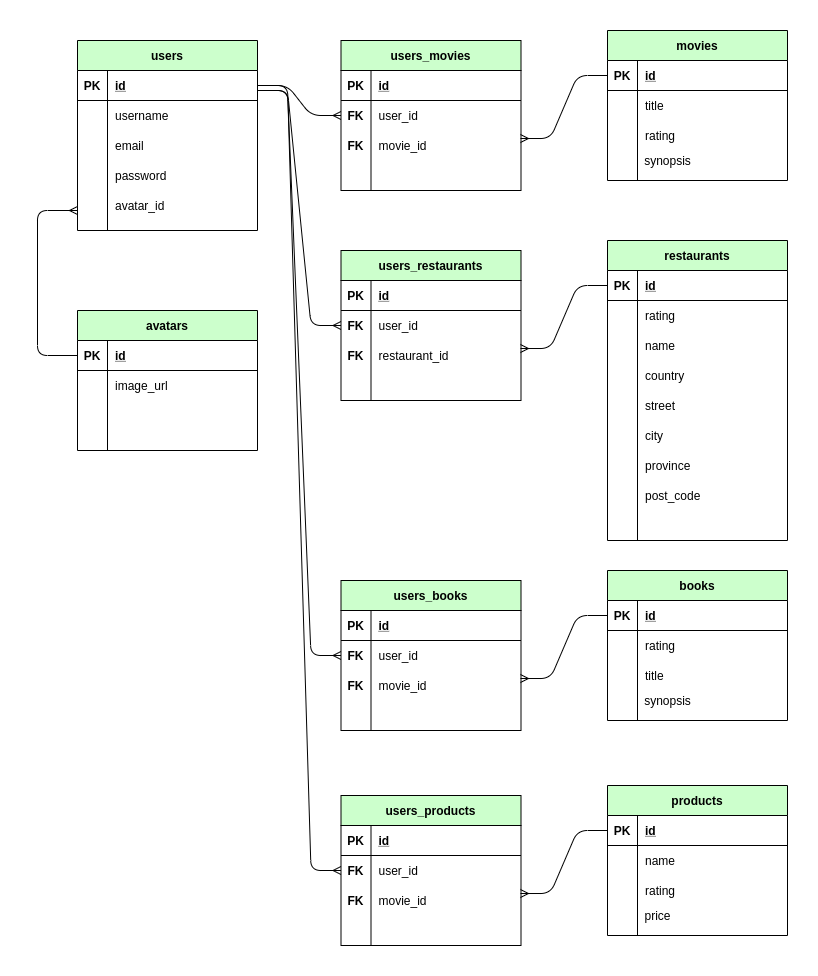
The draw.io diagram ERD.png in schenn1992/smart_TODO_list, before a commit. Source tidied: cells renumbered, new cells last; positions are measured from the earlier drawing's top-left corner, leaving out a move shared by most shapes.
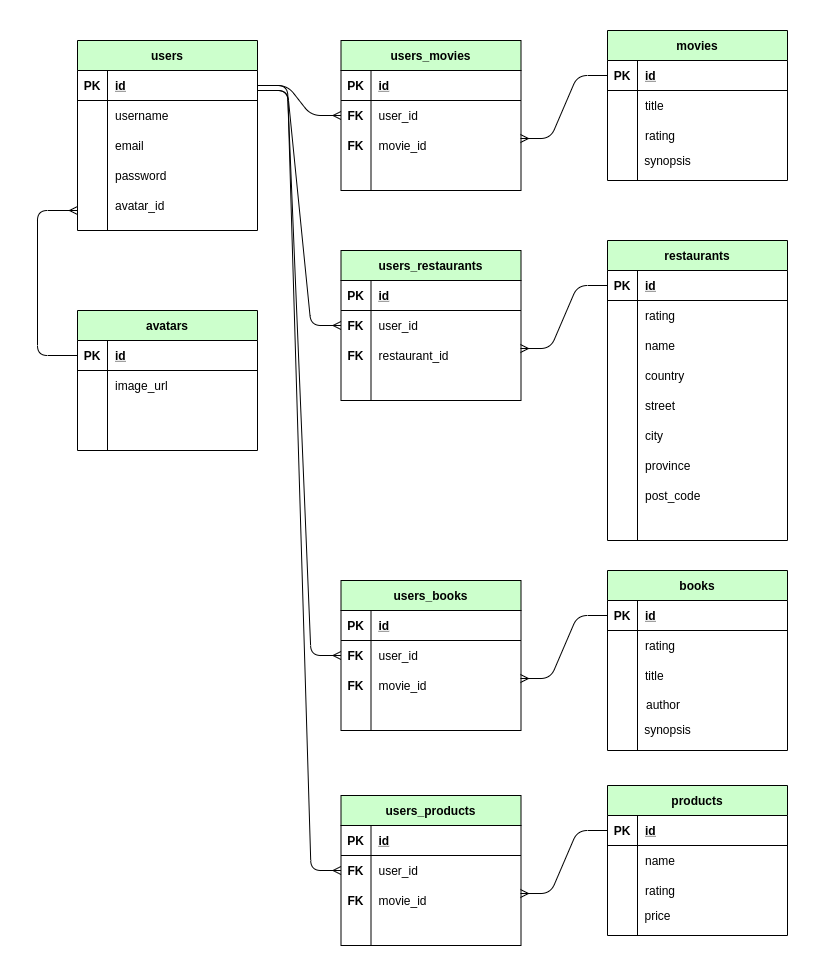
Later version of the same file.

The edit, as a diff of the source:
```diff
@@ -210,7 +210,7 @@
       <mxGeometry relative="1" as="geometry" />
     </mxCell>
     <mxCell id="71" value="books" style="shape=table;startSize=30;rowLines=0;fontStyle=1;align=center;fillColor=#CCFFCC;" parent="1" vertex="1">
-      <mxGeometry x="570" y="540" width="180" height="150" as="geometry" />
+      <mxGeometry x="570" y="540" width="180" height="180" as="geometry" />
     </mxCell>
     <mxCell id="72" style="shape=partialRectangle;fillColor=none;top=0;left=0;bottom=1;right=0;points=[[0,0.5],[1,0.5]];portConstraint=eastwest;" parent="71" vertex="1">
       <mxGeometry y="30" width="180" height="30" as="geometry" />
@@ -249,7 +249,7 @@
       <mxGeometry x="30" width="150" height="30" as="geometry" />
     </mxCell>
     <mxCell id="84" value="synopsis" style="text;html=1;align=center;verticalAlign=middle;" parent="1" vertex="1">
-      <mxGeometry x="600" y="660" width="60" height="20" as="geometry" />
+      <mxGeometry x="600" y="689" width="60" height="20" as="geometry" />
     </mxCell>
     <mxCell id="85" value="users_books" style="shape=table;startSize=30;rowLines=0;fontStyle=1;align=center;fillColor=#CCFFCC;" parent="1" vertex="1">
       <mxGeometry x="303.5" y="550" width="180" height="150" as="geometry" />
@@ -457,5 +457,8 @@
     <mxCell id="149" value="post_code" style="shape=partialRectangle;fillColor=none;top=0;left=0;bottom=0;right=0;align=left;spacingLeft=6;overflow=hidden;fontStyle=0;" parent="1" vertex="1">
       <mxGeometry x="600" y="450" width="150" height="30" as="geometry" />
     </mxCell>
+    <mxCell id="150" value="author" style="shape=partialRectangle;fillColor=none;top=0;left=0;bottom=0;right=0;align=left;spacingLeft=6;overflow=hidden;" parent="1" vertex="1">
+      <mxGeometry x="601" y="659" width="150" height="30" as="geometry" />
+    </mxCell>
   </root>
 </mxGraphModel>
```
